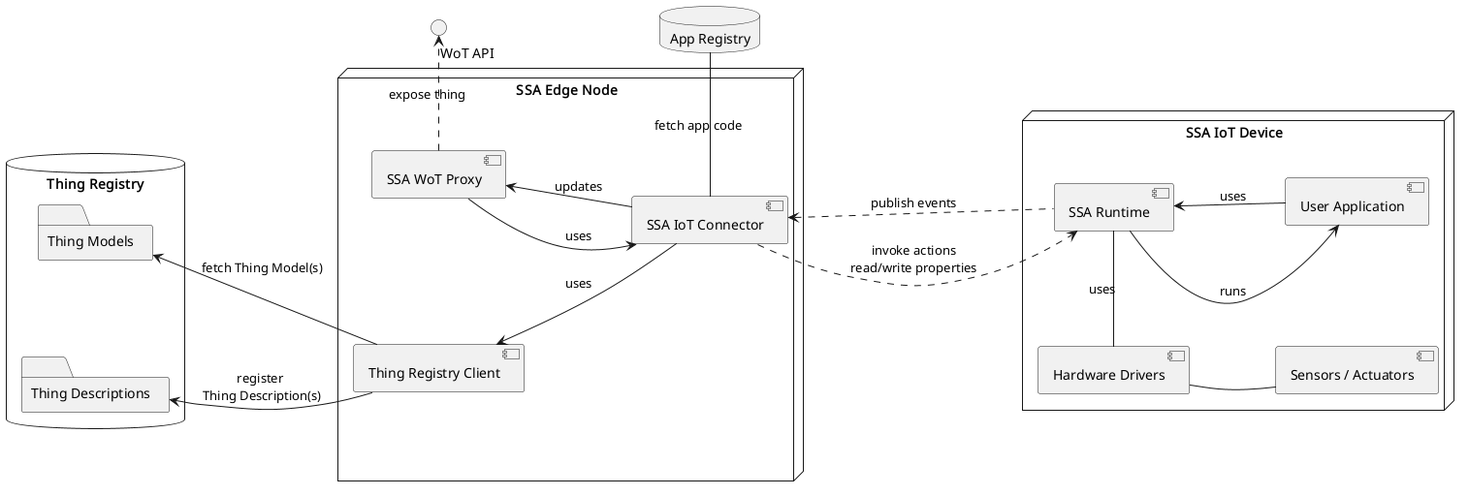
The PlantUML diagram uml/component_proxy.png in les2feup/CityLink, before a commit.
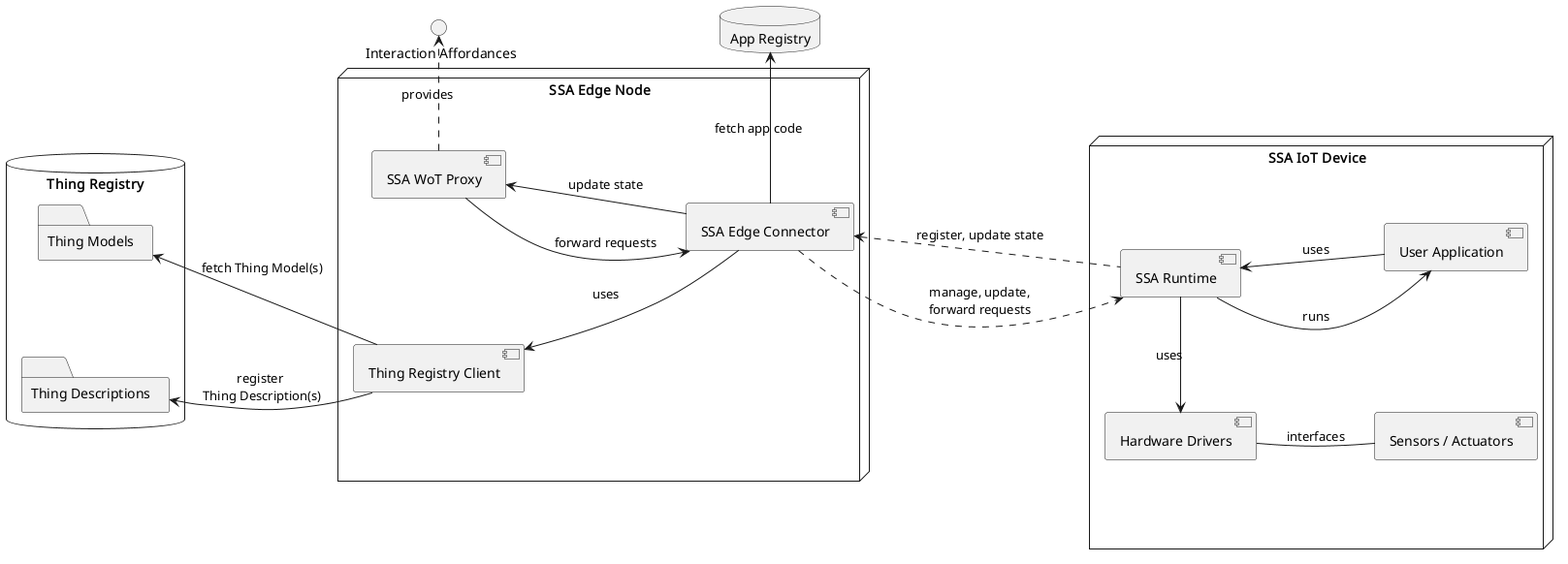
Above is the later version.

Commit message:
updated component diagrams

What changed in the source:
```diff
@@ -3,33 +3,28 @@
 left to right direction
 skinparam nodesep 100
 
-() "\t\tWoT API" as wotProt
+() " Interaction Affordances" as wotProt
 
 database "Thing Registry" as db {
-    folder "Thing Models" as tms {
-        }
-
-    folder "Thing Descriptions" as tds {
-        }
+    folder "Thing Models" as tms
+    folder "Thing Descriptions" as tds
 }
 
-database "App Registry" as appDB {
-}
+database "App Registry" as appDB
+
 
 node "SSA Edge Node" as edgeNode {
 
-    [SSA IoT Connector] as ssaIoT
+    [SSA Edge Connector] as ssaCon
     [SSA WoT Proxy] as ssaProxy
     [Thing Registry Client] as tRClient
 
+    ssaCon -u-> ssaProxy : update state
+    ssaProxy -d-> ssaCon : forward requests
 
-    ssaIoT -u-> ssaProxy : updates
-    ssaProxy -d-> ssaIoT : uses
+    ssaCon -u-> tRClient : uses
+    ssaCon -r-> appDB : fetch app code
 
-    ssaIoT -u-> tRClient : uses
-    ssaIoT -r- appDB : fetch app code
-
-    ssaProxy -r.> wotProt : expose thing
 }
 
 node "SSA IoT Device" as device {
@@ -39,8 +34,8 @@
     [Hardware Drivers] as hwd
     [Sensors / Actuators] as hw
 
-    hwd -d- hw
-    ssaRt -l- hwd : uses
+    hwd -d- hw : interfaces
+    ssaRt -l-> hwd : uses
     ssaRt -d-> userApp: runs
     userApp -u-> ssaRt: uses
 }
@@ -50,7 +45,8 @@
 
 ssaProxy -u[hidden]- tms
 
-ssaRt -u..> ssaIoT : publish events
-ssaIoT -d..> ssaRt : invoke actions\nread/write properties
+ssaRt -u..> ssaCon : "register, update state"
+ssaCon -d..> ssaRt : "manage, update,\nforward requests"
+ssaProxy -r.> wotProt : provides
 
 @enduml
```
